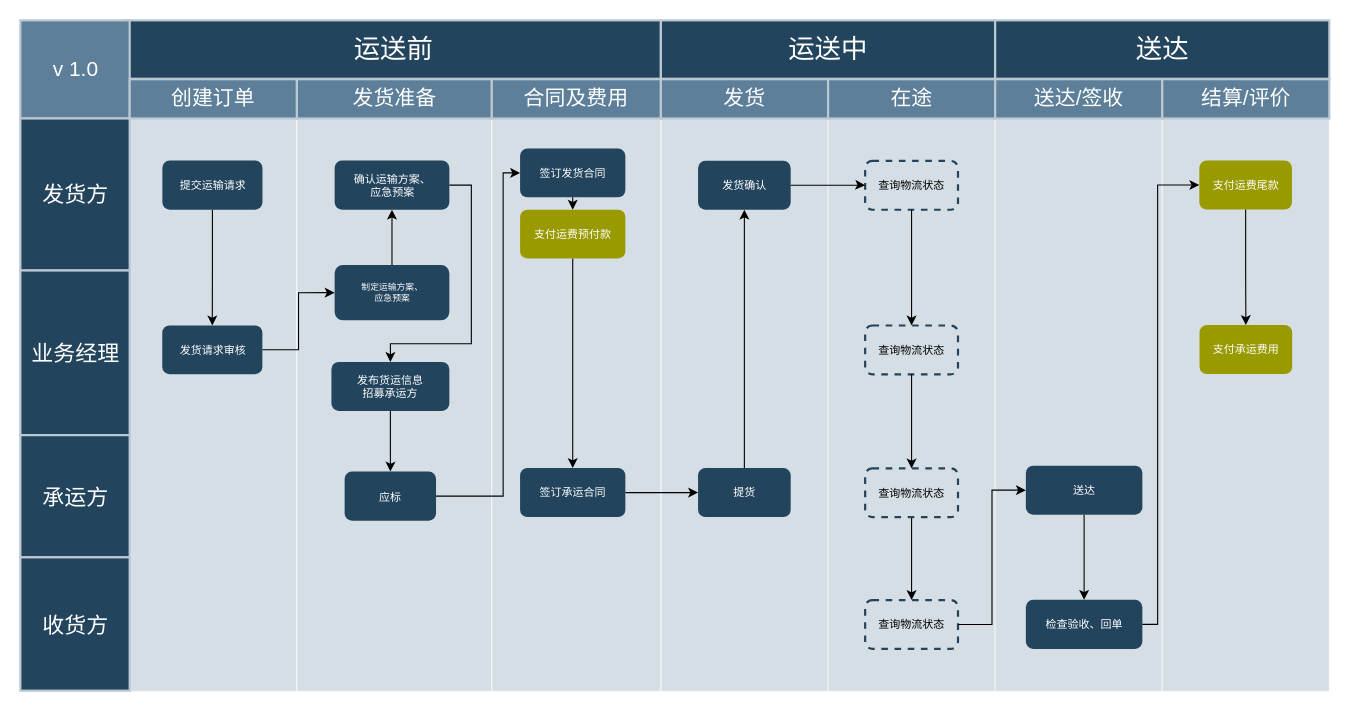
Before: draw/KunShan_HuaZhongBao/物流管理业务流程.drawio in hainayun/nanjing_dev, a draw.io diagram. Source tidied: cells renumbered, new cells numbered last; positions are measured from the earlier drawing's top-left corner, leaving out a move shared by most shapes. Both pictures are drawn from the tidied source at 110%, with x=0, y=0 at pixel (20, 20).
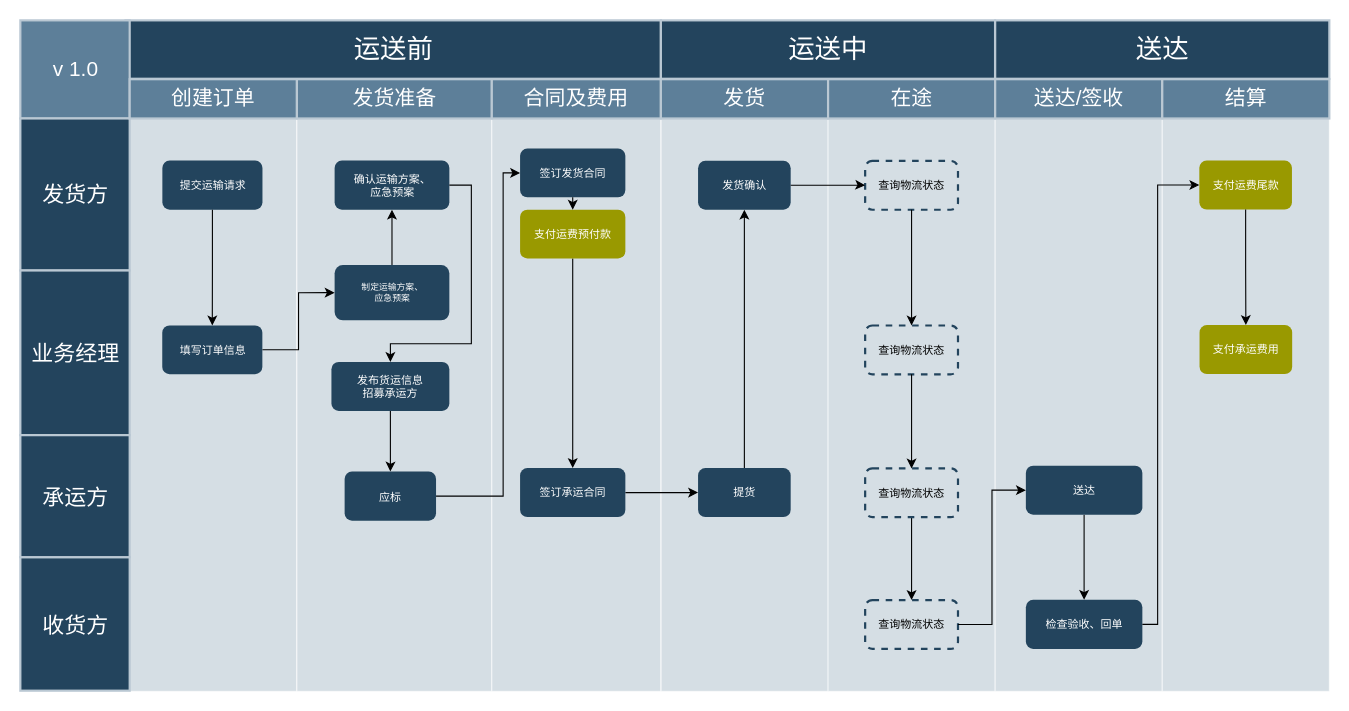
The same diagram, later.

Commit message:
Update 物流管理业务流程.drawio

The change refers to these unchanged cells:
```xml
<mxCell id="2" style="group;fontSize=11;" parent="1" vertex="1">
  <mxGeometry width="1190" height="610" as="geometry" />
</mxCell>
```

Diff of the diagram source:
```diff
@@
-    <mxCell id="31" value="结算/评价" style="strokeColor=#BAC8D3;fillColor=#5d7f99;fontSize=19;strokeWidth=2;fontFamily=Helvetica;html=1;labelBackgroundColor=none;fontColor=#FFFFFF;" parent="2" vertex="1">
+    <mxCell id="31" value="结算" style="strokeColor=#BAC8D3;fillColor=#5d7f99;fontSize=19;strokeWidth=2;fontFamily=Helvetica;html=1;labelBackgroundColor=none;fontColor=#FFFFFF;" parent="2" vertex="1">
       <mxGeometry x="1038.1" y="53.5" width="151.9" height="35.7" as="geometry" />
     </mxCell>
@@
-    <mxCell id="45" value="&lt;font color=&quot;#ffffff&quot; style=&quot;font-size: 10px;&quot;&gt;&lt;span style=&quot;font-size: 10px;&quot;&gt;发货请求审核&lt;br style=&quot;font-size: 10px;&quot;&gt;&lt;/span&gt;&lt;/font&gt;" style="rounded=1;fillColor=#23445D;strokeColor=none;strokeWidth=2;fontFamily=Helvetica;html=1;gradientColor=none;fontSize=10;" parent="2" vertex="1">
+    <mxCell id="45" value="&lt;font color=&quot;#ffffff&quot; style=&quot;font-size: 10px&quot;&gt;&lt;span style=&quot;font-size: 10px&quot;&gt;填写订单信息&lt;br style=&quot;font-size: 10px&quot;&gt;&lt;/span&gt;&lt;/font&gt;" style="rounded=1;fillColor=#23445D;strokeColor=none;strokeWidth=2;fontFamily=Helvetica;html=1;gradientColor=none;fontSize=10;" parent="2" vertex="1">
       <mxGeometry x="129" y="277.3" width="91" height="44.4" as="geometry" />
     </mxCell>
```
